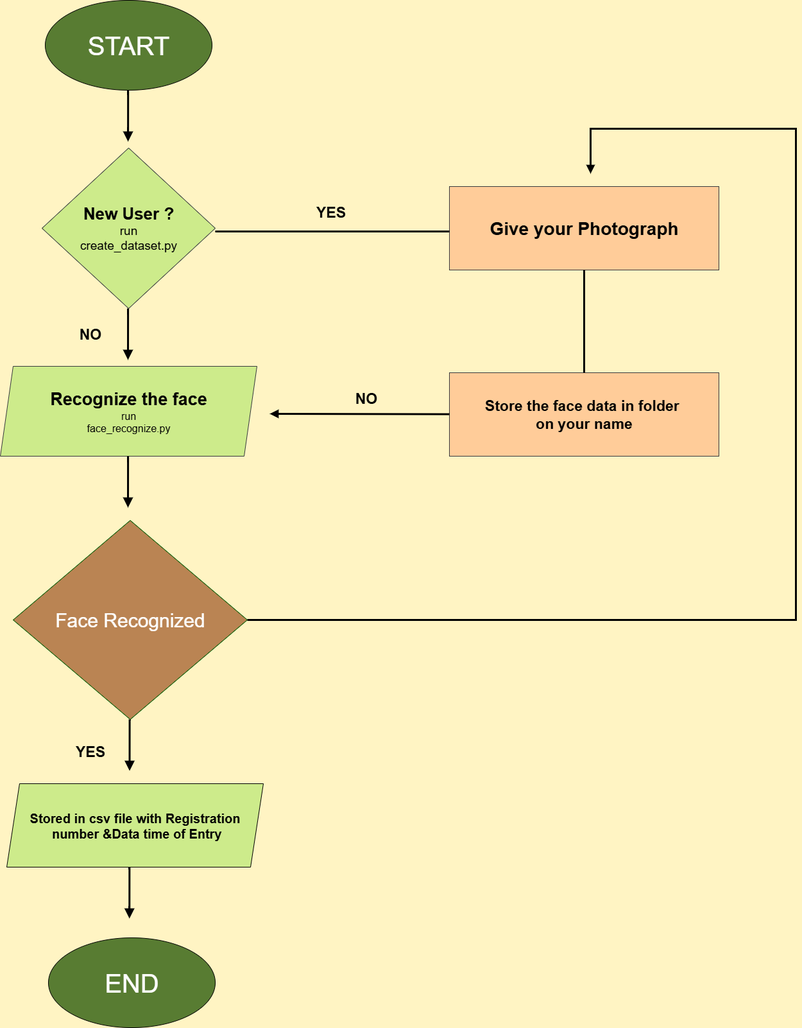
Before: face recognisation.drawio.png, a diagram exported from draw.io (sneha592005latha-star/exp-1-adhoc-hackthon). Source tidied: cells renumbered, new cells last; positions are measured from the earlier drawing's top-left corner, leaving out a move shared by most shapes.
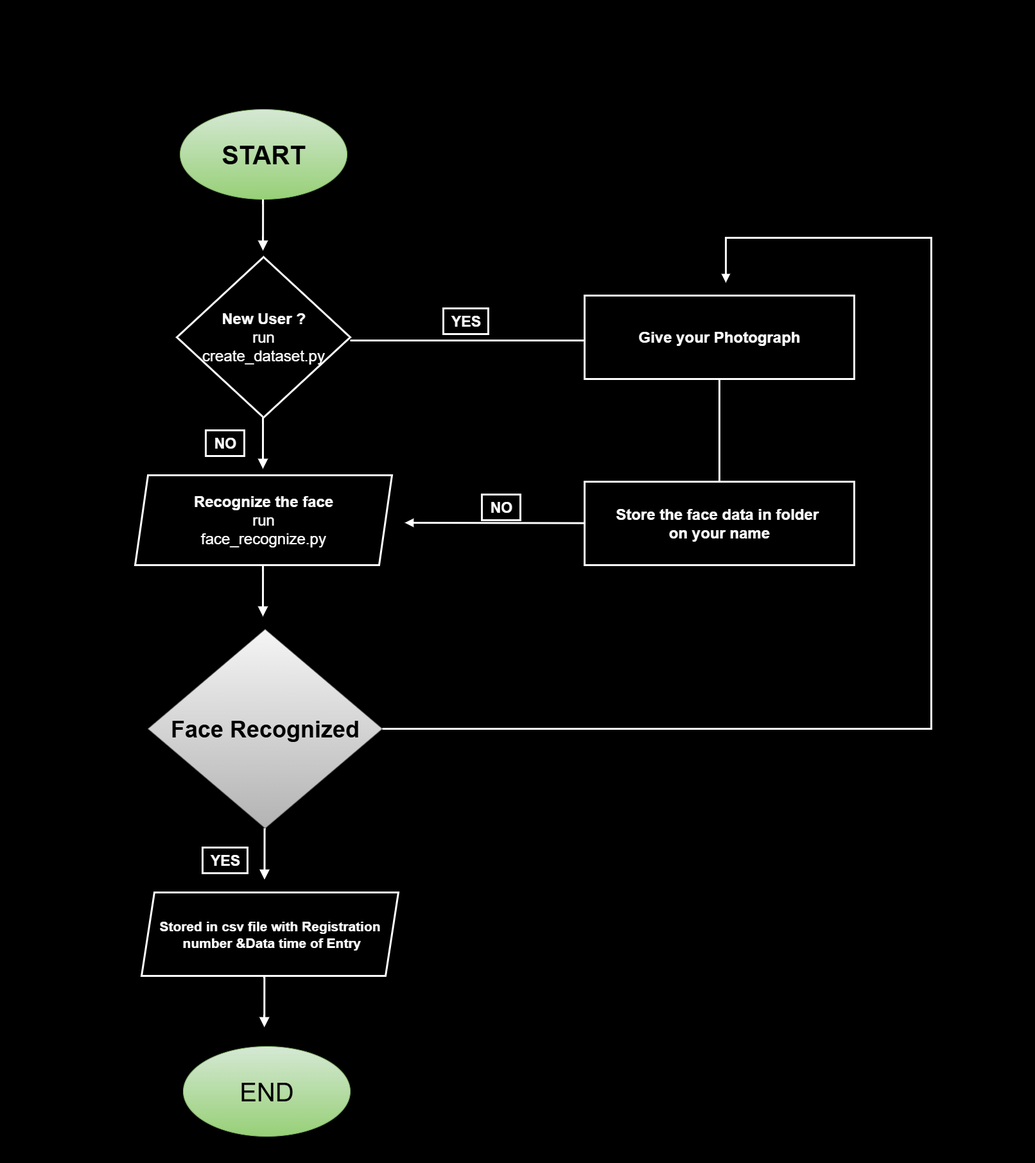
The same diagram one commit later.

Commit message:
NEW FACE RECOGNISATION

What changed in the source:
```diff
@@ -1,74 +1,74 @@
-<mxGraphModel background="#FFF4C3">
+<mxGraphModel background="#000000">
   <root>
     <mxCell id="0" />
     <mxCell id="1" parent="0" />
-    <mxCell id="2" value="&lt;span style=&quot;background-color: transparent;&quot;&gt;&lt;font style=&quot;color: light-dark(rgb(255, 255, 255), rgb(255, 255, 255)); font-size: 40px;&quot;&gt;START&lt;/font&gt;&lt;/span&gt;" style="ellipse;whiteSpace=wrap;html=1;fillColor=#587C32;strokeColor=#000000;" parent="1" vertex="1">
+    <mxCell id="2" value="&lt;span style=&quot;background-color: transparent;&quot;&gt;&lt;font style=&quot;font-size: 40px;&quot;&gt;&lt;b&gt;START&lt;/b&gt;&lt;/font&gt;&lt;/span&gt;" style="ellipse;whiteSpace=wrap;html=1;fillColor=#d5e8d4;strokeColor=#82b366;gradientColor=#97d077;" parent="1" vertex="1">
       <mxGeometry x="70" width="260" height="140" as="geometry" />
     </mxCell>
-    <mxCell id="3" style="endArrow=block;html=1;rounded=0;fontSize=12;startSize=8;endSize=8;curved=1;strokeWidth=3;endFill=1;" parent="1" edge="1">
+    <mxCell id="3" style="endArrow=block;html=1;rounded=0;fontSize=12;startSize=8;endSize=8;curved=1;strokeWidth=3;endFill=1;strokeColor=#FFFFFF;fontColor=#FFFFFF;" parent="1" edge="1">
       <mxGeometry relative="1" as="geometry">
         <mxPoint x="199.2" y="140" as="sourcePoint" />
         <mxPoint x="199.1" y="220" as="targetPoint" />
       </mxGeometry>
     </mxCell>
-    <mxCell id="4" value="&lt;b&gt;&lt;font style=&quot;font-size: 26px;&quot;&gt;New User ?&lt;/font&gt;&lt;/b&gt;&lt;div&gt;&lt;font style=&quot;font-size: 19px;&quot;&gt;run&lt;/font&gt;&lt;/div&gt;&lt;div&gt;&lt;font style=&quot;font-size: 19px;&quot;&gt;create_dataset.py&lt;/font&gt;&lt;/div&gt;" style="rhombus;whiteSpace=wrap;html=1;fillColor=#CDEB8B;strokeColor=#36393d;" parent="1" vertex="1">
+    <mxCell id="4" value="&lt;b&gt;&lt;font&gt;New User ?&lt;/font&gt;&lt;/b&gt;&lt;div&gt;&lt;font&gt;run&lt;/font&gt;&lt;/div&gt;&lt;div&gt;&lt;font&gt;create_dataset.py&lt;/font&gt;&lt;/div&gt;" style="rhombus;whiteSpace=wrap;html=1;fillColor=#000000;strokeColor=#FFFFFF;fontColor=#FFFFFF;fontSize=24;strokeWidth=3;" parent="1" vertex="1">
       <mxGeometry x="65" y="230" width="270" height="250" as="geometry" />
     </mxCell>
-    <mxCell id="5" value="&lt;b&gt;&lt;font style=&quot;font-size: 27px;&quot;&gt;Recognize the face&lt;/font&gt;&lt;/b&gt;&lt;div&gt;&lt;div&gt;&lt;font style=&quot;font-size: 16px;&quot;&gt;run&lt;/font&gt;&lt;/div&gt;&lt;div&gt;&lt;font style=&quot;font-size: 16px;&quot;&gt;face_recognize.py&lt;/font&gt;&lt;/div&gt;&lt;/div&gt;" style="shape=parallelogram;perimeter=parallelogramPerimeter;whiteSpace=wrap;html=1;fixedSize=1;fillColor=#CDEB8B;strokeColor=#36393d;" parent="1" vertex="1">
+    <mxCell id="5" value="&lt;b&gt;&lt;font&gt;Recognize the face&lt;/font&gt;&lt;/b&gt;&lt;div&gt;&lt;div&gt;&lt;font&gt;run&lt;/font&gt;&lt;/div&gt;&lt;div&gt;&lt;font&gt;face_recognize.py&lt;/font&gt;&lt;/div&gt;&lt;/div&gt;" style="shape=parallelogram;perimeter=parallelogramPerimeter;whiteSpace=wrap;html=1;fixedSize=1;fillColor=#000000;strokeColor=#FFFFFF;fontColor=#FFFFFF;fontSize=24;strokeWidth=3;" parent="1" vertex="1">
       <mxGeometry y="570" width="400" height="140" as="geometry" />
     </mxCell>
-    <mxCell id="6" style="endArrow=block;html=1;rounded=0;fontSize=12;startSize=8;endSize=8;curved=1;strokeWidth=3;endFill=1;" parent="1" edge="1">
+    <mxCell id="6" style="endArrow=block;html=1;rounded=0;fontSize=12;startSize=8;endSize=8;curved=1;strokeWidth=3;endFill=1;strokeColor=#FFFFFF;fontColor=#FFFFFF;" parent="1" edge="1">
       <mxGeometry relative="1" as="geometry">
         <mxPoint x="199.1" y="480" as="sourcePoint" />
         <mxPoint x="199" y="560" as="targetPoint" />
       </mxGeometry>
     </mxCell>
-    <mxCell id="7" style="endArrow=block;html=1;rounded=0;fontSize=12;startSize=8;endSize=8;curved=1;strokeWidth=3;endFill=1;" parent="1" edge="1">
+    <mxCell id="7" style="endArrow=block;html=1;rounded=0;fontSize=12;startSize=8;endSize=8;curved=1;strokeWidth=3;endFill=1;strokeColor=#FFFFFF;fontColor=#FFFFFF;" parent="1" edge="1">
       <mxGeometry relative="1" as="geometry">
         <mxPoint x="199.1" y="710" as="sourcePoint" />
         <mxPoint x="199" y="790" as="targetPoint" />
       </mxGeometry>
     </mxCell>
-    <mxCell id="8" value="&lt;b&gt;&lt;font style=&quot;font-size: 20px;&quot;&gt;Stored in csv file with Registration&lt;/font&gt;&lt;/b&gt;&lt;div&gt;&lt;b&gt;&lt;font style=&quot;font-size: 20px;&quot;&gt;&amp;nbsp;number &amp;amp;Data time of Entry&lt;/font&gt;&lt;/b&gt;&lt;/div&gt;" style="shape=parallelogram;perimeter=parallelogramPerimeter;whiteSpace=wrap;html=1;fixedSize=1;fillColor=#CDEB8B;" parent="1" vertex="1">
+    <mxCell id="8" value="&lt;b&gt;&lt;font&gt;Stored in csv file with Registration&lt;/font&gt;&lt;/b&gt;&lt;div&gt;&lt;b&gt;&lt;font&gt;&amp;nbsp;number &amp;amp;Data time of Entry&lt;/font&gt;&lt;/b&gt;&lt;/div&gt;" style="shape=parallelogram;perimeter=parallelogramPerimeter;whiteSpace=wrap;html=1;fixedSize=1;fillColor=#000000;fontColor=#FFFFFF;fontSize=21;strokeColor=#FFFFFF;strokeWidth=3;" parent="1" vertex="1">
       <mxGeometry x="10" y="1220" width="400" height="130" as="geometry" />
     </mxCell>
-    <mxCell id="9" value="&lt;font style=&quot;font-size: 30px;&quot;&gt;Face Recognized&lt;/font&gt;" style="rhombus;whiteSpace=wrap;html=1;fillColor=#BA8453;fontColor=#ffffff;strokeColor=#005700;" parent="1" vertex="1">
+    <mxCell id="9" value="&lt;font style=&quot;font-size: 36px;&quot;&gt;&lt;b&gt;Face Recognized&lt;/b&gt;&lt;/font&gt;" style="rhombus;whiteSpace=wrap;html=1;fillColor=#f5f5f5;strokeColor=#666666;gradientColor=#b3b3b3;" parent="1" vertex="1">
       <mxGeometry x="20" y="810" width="365" height="310" as="geometry" />
     </mxCell>
-    <mxCell id="10" style="endArrow=block;html=1;rounded=0;fontSize=12;startSize=8;endSize=8;curved=1;strokeWidth=3;endFill=1;" parent="1" edge="1">
+    <mxCell id="10" style="endArrow=block;html=1;rounded=0;fontSize=12;startSize=8;endSize=8;curved=1;strokeWidth=3;endFill=1;strokeColor=#FFFFFF;fontColor=#FFFFFF;" parent="1" edge="1">
       <mxGeometry relative="1" as="geometry">
         <mxPoint x="201.6" y="1120" as="sourcePoint" />
         <mxPoint x="201.5" y="1200" as="targetPoint" />
       </mxGeometry>
     </mxCell>
-    <mxCell id="11" style="endArrow=block;html=1;rounded=0;fontSize=12;startSize=8;endSize=8;curved=1;strokeWidth=3;endFill=1;" parent="1" edge="1">
+    <mxCell id="11" style="endArrow=block;html=1;rounded=0;fontSize=12;startSize=8;endSize=8;curved=1;strokeWidth=3;endFill=1;strokeColor=#FFFFFF;fontColor=#FFFFFF;" parent="1" edge="1">
       <mxGeometry relative="1" as="geometry">
         <mxPoint x="201.3" y="1350" as="sourcePoint" />
         <mxPoint x="201.2" y="1430" as="targetPoint" />
       </mxGeometry>
     </mxCell>
-    <mxCell id="12" value="&lt;font color=&quot;#ffffff&quot;&gt;&lt;span style=&quot;font-size: 40px;&quot;&gt;END&lt;/span&gt;&lt;/font&gt;" style="ellipse;whiteSpace=wrap;html=1;fillColor=#587C32;strokeColor=#000000;" parent="1" vertex="1">
+    <mxCell id="12" value="&lt;font style=&quot;color: rgb(0, 0, 0);&quot;&gt;&lt;span style=&quot;font-size: 40px;&quot;&gt;END&lt;/span&gt;&lt;/font&gt;" style="ellipse;whiteSpace=wrap;html=1;fillColor=#d5e8d4;strokeColor=#82b366;gradientColor=#97d077;" parent="1" vertex="1">
       <mxGeometry x="75" y="1460" width="260" height="140" as="geometry" />
     </mxCell>
-    <mxCell id="13" value="&lt;font style=&quot;font-size: 23px;&quot;&gt;&lt;b style=&quot;&quot;&gt;NO&lt;/b&gt;&lt;/font&gt;" style="text;html=1;align=center;verticalAlign=middle;strokeColor=none;fillColor=none;" parent="1" vertex="1">
+    <mxCell id="13" value="&lt;font style=&quot;font-size: 23px;&quot;&gt;&lt;b style=&quot;&quot;&gt;NO&lt;/b&gt;&lt;/font&gt;" style="text;html=1;align=center;verticalAlign=middle;strokeColor=#FFFFFF;fillColor=none;strokeWidth=3;fontColor=#FFFFFF;" parent="1" vertex="1">
       <mxGeometry x="110" y="500" width="60" height="40" as="geometry" />
     </mxCell>
-    <mxCell id="14" value="&lt;font style=&quot;font-size: 23px;&quot;&gt;&lt;b style=&quot;&quot;&gt;YES&lt;/b&gt;&lt;/font&gt;" style="text;html=1;align=center;verticalAlign=middle;strokeColor=none;fillColor=none;" parent="1" vertex="1">
+    <mxCell id="14" value="&lt;font style=&quot;font-size: 23px;&quot;&gt;&lt;b style=&quot;&quot;&gt;YES&lt;/b&gt;&lt;/font&gt;" style="text;html=1;align=center;verticalAlign=middle;strokeColor=#FFFFFF;fillColor=none;strokeWidth=3;fontColor=#FFFFFF;" parent="1" vertex="1">
       <mxGeometry x="105" y="1150" width="70" height="40" as="geometry" />
     </mxCell>
-    <mxCell id="15" value="&lt;b&gt;&lt;font style=&quot;font-size: 28px;&quot;&gt;&lt;font style=&quot;&quot;&gt;Give your&amp;nbsp;&lt;/font&gt;&lt;span style=&quot;background-color: transparent; color: light-dark(rgb(0, 0, 0), rgb(255, 255, 255));&quot;&gt;Photograph&lt;/span&gt;&lt;/font&gt;&lt;/b&gt;" style="rounded=0;whiteSpace=wrap;html=1;fillColor=#ffcc99;strokeColor=#36393d;" parent="1" vertex="1">
+    <mxCell id="15" value="&lt;b&gt;&lt;font&gt;&lt;font&gt;Give your&amp;nbsp;&lt;/font&gt;&lt;span style=&quot;background-color: transparent;&quot;&gt;Photograph&lt;/span&gt;&lt;/font&gt;&lt;/b&gt;" style="rounded=0;whiteSpace=wrap;html=1;fillColor=#000000;strokeColor=#FFFFFF;fontColor=#FFFFFF;fontSize=24;strokeWidth=3;" parent="1" vertex="1">
       <mxGeometry x="700" y="290" width="420" height="130" as="geometry" />
     </mxCell>
-    <mxCell id="16" value="&lt;font style=&quot;font-size: 23px;&quot;&gt;&lt;b style=&quot;&quot;&gt;Store the face data in folder&amp;nbsp;&lt;/b&gt;&lt;/font&gt;&lt;div&gt;&lt;font style=&quot;font-size: 23px;&quot;&gt;&lt;b style=&quot;&quot;&gt;on your name&lt;/b&gt;&lt;/font&gt;&lt;/div&gt;" style="rounded=0;whiteSpace=wrap;html=1;fillColor=#ffcc99;strokeColor=#36393d;" parent="1" vertex="1">
+    <mxCell id="16" value="&lt;font&gt;&lt;b&gt;Store the face data in folder&amp;nbsp;&lt;/b&gt;&lt;/font&gt;&lt;div&gt;&lt;font&gt;&lt;b&gt;on your name&lt;/b&gt;&lt;/font&gt;&lt;/div&gt;" style="rounded=0;whiteSpace=wrap;html=1;fillColor=#000000;strokeColor=#FFFFFF;fontColor=#FFFFFF;fontSize=24;strokeWidth=3;" parent="1" vertex="1">
       <mxGeometry x="700" y="580" width="420" height="130" as="geometry" />
     </mxCell>
-    <mxCell id="17" style="endArrow=none;html=1;rounded=0;strokeWidth=3;" parent="1" edge="1">
+    <mxCell id="17" style="endArrow=none;html=1;rounded=0;strokeWidth=3;strokeColor=#FFFFFF;fontColor=#FFFFFF;" parent="1" edge="1">
       <mxGeometry relative="1" as="geometry">
         <mxPoint x="335" y="360" as="sourcePoint" />
         <mxPoint x="700" y="360" as="targetPoint" />
       </mxGeometry>
     </mxCell>
-    <mxCell id="18" style="endArrow=block;html=1;rounded=0;exitX=1;exitY=0.5;exitDx=0;exitDy=0;strokeWidth=3;endFill=1;" parent="1" edge="1" source="9">
+    <mxCell id="18" style="endArrow=block;html=1;rounded=0;exitX=1;exitY=0.5;exitDx=0;exitDy=0;strokeWidth=3;endFill=1;strokeColor=#FFFFFF;fontColor=#FFFFFF;" parent="1" edge="1" source="9">
       <mxGeometry relative="1" as="geometry">
         <mxPoint x="920" y="270" as="targetPoint" />
         <Array as="points">
@@ -78,19 +78,31 @@
         </Array>
       </mxGeometry>
     </mxCell>
-    <mxCell id="19" style="endArrow=block;html=1;rounded=0;strokeWidth=3;endFill=1;" parent="1" edge="1" source="16">
+    <mxCell id="19" style="endArrow=block;html=1;rounded=0;strokeWidth=3;endFill=1;strokeColor=#FFFFFF;fontColor=#FFFFFF;" parent="1" edge="1" source="16">
       <mxGeometry relative="1" as="geometry">
         <mxPoint x="420" y="644" as="targetPoint" />
       </mxGeometry>
     </mxCell>
-    <mxCell id="20" style="endArrow=none;html=1;rounded=0;entryX=0.5;entryY=1;entryDx=0;entryDy=0;strokeWidth=3;" parent="1" edge="1" source="16" target="15">
+    <mxCell id="20" style="endArrow=none;html=1;rounded=0;entryX=0.5;entryY=1;entryDx=0;entryDy=0;strokeWidth=3;strokeColor=#FFFFFF;fontColor=#FFFFFF;" parent="1" edge="1" source="16" target="15">
       <mxGeometry relative="1" as="geometry" />
     </mxCell>
-    <mxCell id="21" value="&lt;font style=&quot;font-size: 23px;&quot;&gt;&lt;b style=&quot;&quot;&gt;YES&lt;/b&gt;&lt;/font&gt;" style="text;html=1;align=center;verticalAlign=middle;strokeColor=none;fillColor=none;" parent="1" vertex="1">
+    <mxCell id="21" value="&lt;font style=&quot;font-size: 23px;&quot;&gt;&lt;b style=&quot;&quot;&gt;YES&lt;/b&gt;&lt;/font&gt;" style="text;html=1;align=center;verticalAlign=middle;strokeColor=#FFFFFF;fillColor=none;strokeWidth=3;fontColor=#FFFFFF;" parent="1" vertex="1">
       <mxGeometry x="480" y="310" width="70" height="40" as="geometry" />
     </mxCell>
-    <mxCell id="22" value="&lt;font style=&quot;font-size: 23px;&quot;&gt;&lt;b style=&quot;&quot;&gt;NO&lt;/b&gt;&lt;/font&gt;" style="text;html=1;align=center;verticalAlign=middle;strokeColor=none;fillColor=none;" parent="1" vertex="1">
+    <mxCell id="22" value="&lt;font style=&quot;font-size: 23px;&quot;&gt;&lt;b style=&quot;&quot;&gt;NO&lt;/b&gt;&lt;/font&gt;" style="text;html=1;align=center;verticalAlign=middle;strokeColor=#FFFFFF;fillColor=none;strokeWidth=3;fontColor=#FFFFFF;" parent="1" vertex="1">
       <mxGeometry x="540" y="600" width="60" height="40" as="geometry" />
     </mxCell>
+    <mxCell id="23" style="endArrow=none;html=1;rounded=0;" parent="1" edge="1">
+      <mxGeometry relative="1" as="geometry">
+        <mxPoint x="-210" y="1640" as="sourcePoint" />
+        <mxPoint x="-210" y="-110" as="targetPoint" />
+      </mxGeometry>
+    </mxCell>
+    <mxCell id="24" style="endArrow=none;html=1;rounded=0;" parent="1" edge="1">
+      <mxGeometry relative="1" as="geometry">
+        <mxPoint x="1400" y="1580" as="sourcePoint" />
+        <mxPoint x="1400" y="-170" as="targetPoint" />
+      </mxGeometry>
+    </mxCell>
   </root>
 </mxGraphModel>
```
